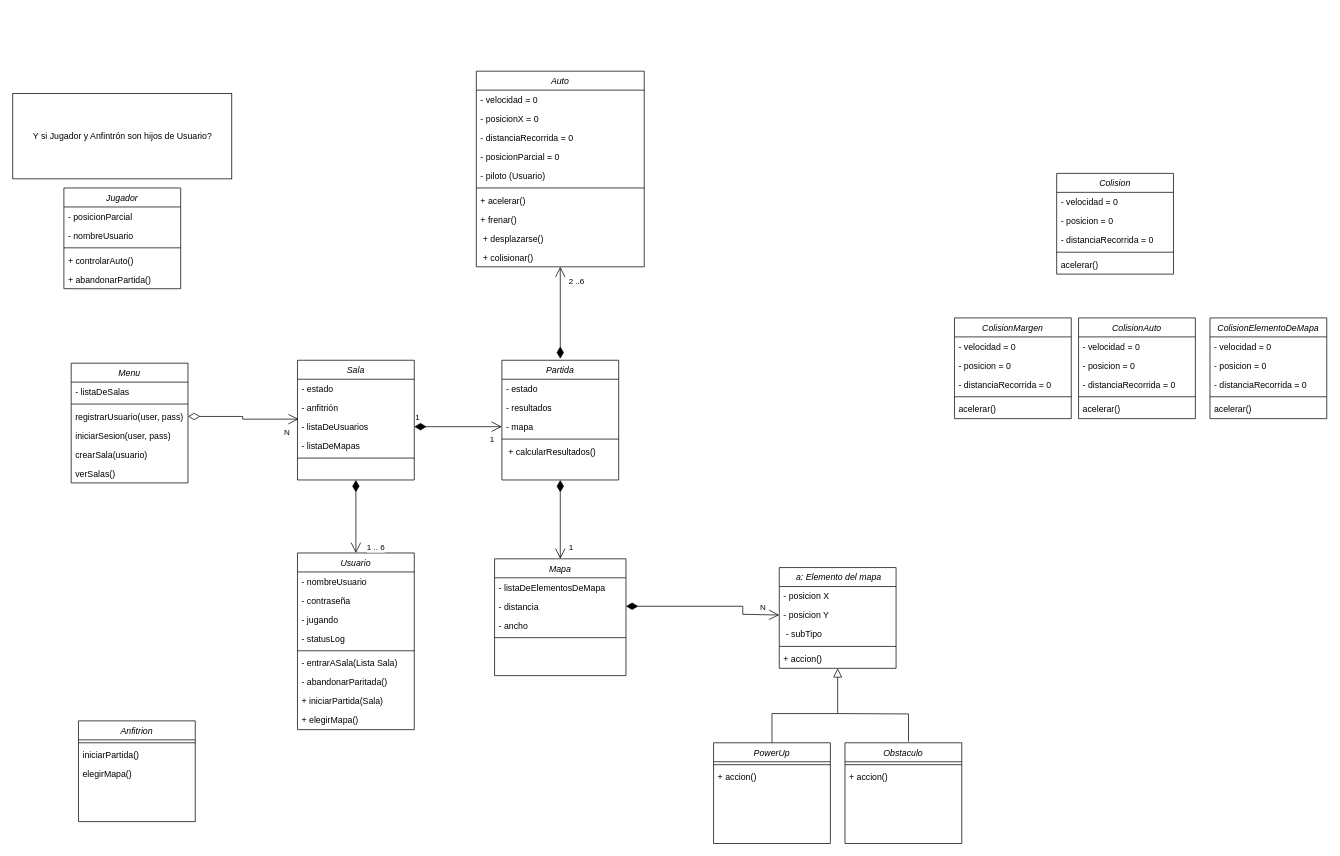
The draw.io diagram UML ROAD ROGHTER.drawio in sbonvehi/tcp-road_fighter, before the edit. Source tidied: cells renumbered, new cells numbered last; positions are measured from the earlier drawing's top-left corner, leaving out a move shared by most shapes. Both pictures are drawn from the tidied source at 73%, with x=0, y=0 at pixel (12, 71).
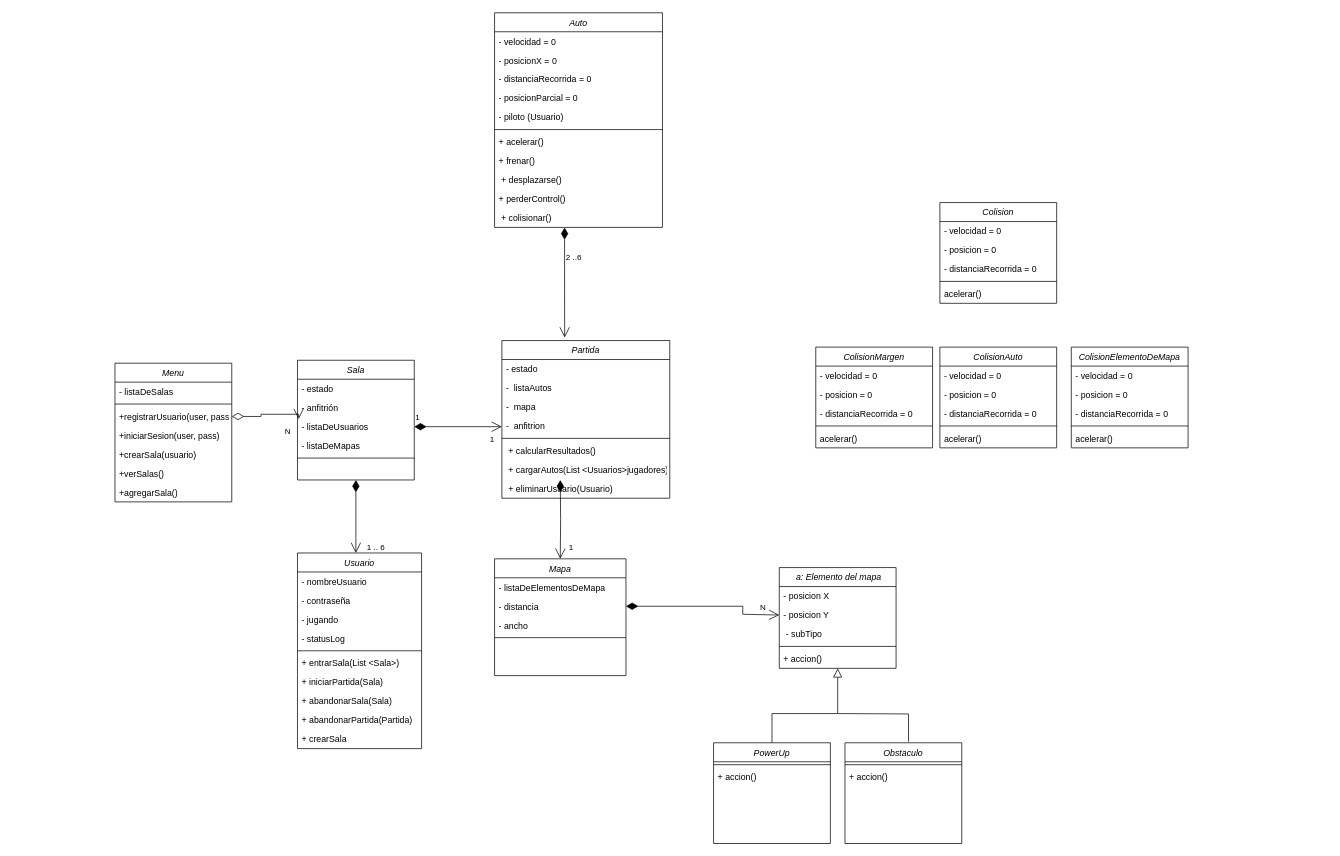
Above is the later version.

The change refers to these unchanged cells:
```xml
<mxCell id="14" value="Mapa" style="swimlane;fontStyle=2;align=center;verticalAlign=top;horizontal=1;startSize=26;rounded=0;shadow=0;strokeWidth=1;" parent="1" vertex="1">
  <mxGeometry x="660" y="668" width="180" height="160" as="geometry" />
</mxCell>
<mxCell id="16" value="- distancia" style="text;align=left;verticalAlign=top;spacingLeft=4;spacingRight=4;overflow=hidden;points=[[0,0.5],[1,0.5]];portConstraint=eastwest;rounded=0;shadow=0;html=0;" parent="14" vertex="1">
  <mxGeometry y="52" width="180" height="26" as="geometry" />
</mxCell>
<mxCell id="21" value="- posicion Y" style="text;align=left;verticalAlign=top;spacingLeft=4;spacingRight=4;overflow=hidden;points=[[0,0.5],[1,0.5]];portConstraint=eastwest;rounded=0;shadow=0;html=0;" parent="19" vertex="1">
  <mxGeometry y="52" width="160" height="26" as="geometry" />
</mxCell>
<mxCell id="25" value="Obstaculo" style="swimlane;fontStyle=2;align=center;verticalAlign=top;horizontal=1;startSize=26;rounded=0;shadow=0;strokeWidth=1;" parent="1" vertex="1">
  <mxGeometry x="1140" y="920" width="160" height="138" as="geometry" />
</mxCell>
<mxCell id="31" value="- listaDeUsuarios" style="text;align=left;verticalAlign=top;spacingLeft=4;spacingRight=4;overflow=hidden;points=[[0,0.5],[1,0.5]];portConstraint=eastwest;rounded=0;shadow=0;html=0;" parent="28" vertex="1">
  <mxGeometry y="78" width="160" height="26" as="geometry" />
</mxCell>
```

Diff of the diagram source:
```diff
@@
     <mxCell id="2" value="Auto" style="swimlane;fontStyle=2;align=center;verticalAlign=top;horizontal=1;startSize=26;rounded=0;shadow=0;strokeWidth=1;" parent="1" vertex="1">
-      <mxGeometry x="635" width="230" height="268" as="geometry" />
+      <mxGeometry x="660" y="-80" width="230" height="294" as="geometry" />
     </mxCell>
@@
+    <mxCell id="105" value="+ perderControl()" style="text;align=left;verticalAlign=top;spacingLeft=4;spacingRight=4;overflow=hidden;" parent="2" vertex="1">
+      <mxGeometry y="242" width="230" height="26" as="geometry" />
+    </mxCell>
     <mxCell id="12" value=" + colisionar()" style="text;align=left;verticalAlign=top;spacingLeft=4;spacingRight=4;overflow=hidden;points=[[0,0.5],[1,0.5]];portConstraint=eastwest;" parent="2" vertex="1">
-      <mxGeometry y="242" width="230" height="26" as="geometry" />
+      <mxGeometry y="268" width="230" height="26" as="geometry" />
     </mxCell>
@@
-    <mxCell id="34" value="Jugador" style="swimlane;fontStyle=2;align=center;verticalAlign=top;horizontal=1;startSize=26;rounded=0;shadow=0;strokeWidth=1;" parent="1" vertex="1">
-      <mxGeometry x="70" y="160" width="160" height="138" as="geometry" />
-    </mxCell>
-    <mxCell id="35" value="- posicionParcial" style="text;align=left;verticalAlign=top;spacingLeft=4;spacingRight=4;overflow=hidden;rounded=0;shadow=0;html=0;" parent="34" vertex="1">
-      <mxGeometry y="26" width="160" height="26" as="geometry" />
-    </mxCell>
-    <mxCell id="36" value="- nombreUsuario" style="text;align=left;verticalAlign=top;spacingLeft=4;spacingRight=4;overflow=hidden;rounded=0;shadow=0;html=0;" parent="34" vertex="1">
-      <mxGeometry y="52" width="160" height="26" as="geometry" />
-    </mxCell>
-    <mxCell id="37" style="line;html=1;strokeWidth=1;align=left;verticalAlign=middle;spacingTop=-1;spacingLeft=3;spacingRight=3;labelPosition=right;" parent="34" vertex="1">
-      <mxGeometry y="78" width="160" height="8" as="geometry" />
-    </mxCell>
-    <mxCell id="38" value="+ controlarAuto()" style="text;align=left;verticalAlign=top;spacingLeft=4;spacingRight=4;overflow=hidden;" parent="34" vertex="1">
-      <mxGeometry y="86" width="160" height="26" as="geometry" />
-    </mxCell>
-    <mxCell id="39" value="+ abandonarPartida()" style="text;align=left;verticalAlign=top;spacingLeft=4;spacingRight=4;overflow=hidden;" parent="34" vertex="1">
-      <mxGeometry y="112" width="160" height="26" as="geometry" />
-    </mxCell>
@@
-    <mxCell id="43" value="Partida" style="swimlane;fontStyle=2;align=center;verticalAlign=top;horizontal=1;startSize=26;rounded=0;shadow=0;strokeWidth=1;" parent="1" vertex="1">
-      <mxGeometry x="670" y="396" width="160" height="164" as="geometry" />
-    </mxCell>
-    <mxCell id="44" value="2 ..6" style="endArrow=open;html=1;endSize=12;startArrow=diamondThin;startSize=14;startFill=1;edgeStyle=orthogonalEdgeStyle;align=left;verticalAlign=bottom;rounded=0;entryX=0.5;entryY=1;entryDx=0;entryDy=0;" parent="43" edge="1" target="2">
-      <mxGeometry x="0.54" y="-10" relative="1" as="geometry">
-        <mxPoint x="80" y="-2" as="sourcePoint" />
-        <Array as="points">
-          <mxPoint x="80" y="-108" />
-        </Array>
-      </mxGeometry>
-    </mxCell>
-    <mxCell id="45" value="- estado" style="text;align=left;verticalAlign=top;spacingLeft=4;spacingRight=4;overflow=hidden;rounded=0;shadow=0;html=0;" parent="43" vertex="1">
-      <mxGeometry y="26" width="160" height="26" as="geometry" />
-    </mxCell>
-    <mxCell id="46" value="- resultados" style="text;align=left;verticalAlign=top;spacingLeft=4;spacingRight=4;overflow=hidden;rounded=0;shadow=0;html=0;" parent="43" vertex="1">
-      <mxGeometry y="52" width="160" height="26" as="geometry" />
-    </mxCell>
-    <mxCell id="47" value="- mapa" style="text;align=left;verticalAlign=top;spacingLeft=4;spacingRight=4;overflow=hidden;points=[[0,0.5],[1,0.5]];portConstraint=eastwest;rounded=0;shadow=0;html=0;" parent="43" vertex="1">
-      <mxGeometry y="78" width="160" height="26" as="geometry" />
-    </mxCell>
-    <mxCell id="48" style="line;html=1;strokeWidth=1;align=left;verticalAlign=middle;spacingTop=-1;spacingLeft=3;spacingRight=3;labelPosition=right;" parent="43" vertex="1">
-      <mxGeometry y="104" width="160" height="8" as="geometry" />
-    </mxCell>
-    <mxCell id="49" value=" + calcularResultados()" style="text;align=left;verticalAlign=top;spacingLeft=4;spacingRight=4;overflow=hidden;" parent="43" vertex="1">
-      <mxGeometry y="112" width="160" height="26" as="geometry" />
-    </mxCell>
     <mxCell id="50" value="Menu" style="swimlane;fontStyle=2;align=center;verticalAlign=top;horizontal=1;startSize=26;rounded=0;shadow=0;strokeWidth=1;" parent="1" vertex="1">
-      <mxGeometry x="80" y="400" width="160" height="164" as="geometry" />
+      <mxGeometry x="140" y="400" width="160" height="190" as="geometry" />
     </mxCell>
@@
-    <mxCell id="53" value="registrarUsuario(user, pass)&#10;" style="text;align=left;verticalAlign=top;spacingLeft=4;spacingRight=4;overflow=hidden;points=[[0,0.5],[1,0.5]];portConstraint=eastwest;" parent="50" vertex="1">
+    <mxCell id="53" value="+registrarUsuario(user, pass)&#10;" style="text;align=left;verticalAlign=top;spacingLeft=4;spacingRight=4;overflow=hidden;points=[[0,0.5],[1,0.5]];portConstraint=eastwest;" parent="50" vertex="1">
       <mxGeometry y="60" width="160" height="26" as="geometry" />
     </mxCell>
-    <mxCell id="54" value="iniciarSesion(user, pass)&#10;" style="text;align=left;verticalAlign=top;spacingLeft=4;spacingRight=4;overflow=hidden;" parent="50" vertex="1">
+    <mxCell id="54" value="+iniciarSesion(user, pass)&#10;" style="text;align=left;verticalAlign=top;spacingLeft=4;spacingRight=4;overflow=hidden;" parent="50" vertex="1">
       <mxGeometry y="86" width="160" height="26" as="geometry" />
     </mxCell>
-    <mxCell id="55" value="crearSala(usuario)" style="text;align=left;verticalAlign=top;spacingLeft=4;spacingRight=4;overflow=hidden;" parent="50" vertex="1">
+    <mxCell id="55" value="+crearSala(usuario)" style="text;align=left;verticalAlign=top;spacingLeft=4;spacingRight=4;overflow=hidden;" parent="50" vertex="1">
       <mxGeometry y="112" width="160" height="26" as="geometry" />
     </mxCell>
-    <mxCell id="56" value="verSalas()" style="text;align=left;verticalAlign=top;spacingLeft=4;spacingRight=4;overflow=hidden;" parent="50" vertex="1">
+    <mxCell id="56" value="+verSalas()" style="text;align=left;verticalAlign=top;spacingLeft=4;spacingRight=4;overflow=hidden;" parent="50" vertex="1">
       <mxGeometry y="138" width="160" height="26" as="geometry" />
     </mxCell>
+    <mxCell id="106" value="+agregarSala()&#10;" style="text;align=left;verticalAlign=top;spacingLeft=4;spacingRight=4;overflow=hidden;" parent="50" vertex="1">
+      <mxGeometry y="164" width="160" height="26" as="geometry" />
+    </mxCell>
@@
     <mxCell id="58" style="endArrow=open;html=1;endSize=12;startArrow=diamondThin;startSize=14;startFill=0;edgeStyle=orthogonalEdgeStyle;rounded=0;entryX=0.01;entryY=0.102;entryDx=0;entryDy=0;entryPerimeter=0;exitX=1;exitY=0.5;exitDx=0;exitDy=0;" parent="1" edge="1" source="53" target="31">
-      <mxGeometry x="0.07" y="-53" relative="1" as="geometry" />
+      <mxGeometry x="0.07" y="-53" relative="1" as="geometry">
+        <Array as="points">
+          <mxPoint x="340" y="473" />
+          <mxPoint x="340" y="470" />
+          <mxPoint x="392" y="470" />
+        </Array>
+      </mxGeometry>
     </mxCell>
@@
-    <mxCell id="60" value="1" style="endArrow=open;html=1;endSize=12;startArrow=diamondThin;startSize=14;startFill=1;edgeStyle=orthogonalEdgeStyle;align=left;verticalAlign=bottom;rounded=0;exitX=1;exitY=0.5;exitDx=0;exitDy=0;entryX=0;entryY=0.5;entryDx=0;entryDy=0;" parent="1" edge="1" source="31" target="47">
-      <mxGeometry x="-1" y="3" relative="1" as="geometry" />
+    <mxCell id="60" value="1" style="endArrow=open;html=1;endSize=12;startArrow=diamondThin;startSize=14;startFill=1;edgeStyle=orthogonalEdgeStyle;align=left;verticalAlign=bottom;rounded=0;exitX=1;exitY=0.5;exitDx=0;exitDy=0;entryX=0;entryY=0.5;entryDx=0;entryDy=0;" parent="1" edge="1" source="31">
+      <mxGeometry x="-1" y="3" relative="1" as="geometry">
+        <mxPoint x="670" y="487" as="targetPoint" />
+      </mxGeometry>
     </mxCell>
-    <mxCell id="61" value="1" style="endArrow=open;html=1;endSize=12;startArrow=diamondThin;startSize=14;startFill=1;edgeStyle=orthogonalEdgeStyle;align=left;verticalAlign=bottom;rounded=0;exitX=0.5;exitY=1;exitDx=0;exitDy=0;entryX=0.5;entryY=0;entryDx=0;entryDy=0;" parent="1" edge="1" source="43" target="14">
-      <mxGeometry x="0.88" y="10" relative="1" as="geometry" />
+    <mxCell id="61" value="1" style="endArrow=open;html=1;endSize=12;startArrow=diamondThin;startSize=14;startFill=1;edgeStyle=orthogonalEdgeStyle;align=left;verticalAlign=bottom;rounded=0;exitX=0.5;exitY=1;exitDx=0;exitDy=0;entryX=0.5;entryY=0;entryDx=0;entryDy=0;" parent="1" edge="1" target="14">
+      <mxGeometry x="0.88" y="10" relative="1" as="geometry">
+        <mxPoint x="750" y="560" as="sourcePoint" />
+      </mxGeometry>
     </mxCell>
     <mxCell id="62" value="Colision" style="swimlane;fontStyle=2;align=center;verticalAlign=top;horizontal=1;startSize=26;rounded=0;shadow=0;strokeWidth=1;" parent="1" vertex="1">
-      <mxGeometry x="1430" y="140" width="160" height="138" as="geometry" />
+      <mxGeometry x="1270" y="180" width="160" height="138" as="geometry" />
     </mxCell>
@@
     <mxCell id="68" value="ColisionMargen" style="swimlane;fontStyle=2;align=center;verticalAlign=top;horizontal=1;startSize=26;rounded=0;shadow=0;strokeWidth=1;" parent="1" vertex="1">
-      <mxGeometry x="1290" y="338" width="160" height="138" as="geometry" />
+      <mxGeometry x="1100" y="378" width="160" height="138" as="geometry" />
     </mxCell>
@@
     <mxCell id="74" value="ColisionAuto" style="swimlane;fontStyle=2;align=center;verticalAlign=top;horizontal=1;startSize=26;rounded=0;shadow=0;strokeWidth=1;" parent="1" vertex="1">
-      <mxGeometry x="1460" y="338" width="160" height="138" as="geometry" />
+      <mxGeometry x="1270" y="378" width="160" height="138" as="geometry" />
     </mxCell>
@@
     <mxCell id="80" value="ColisionElementoDeMapa" style="swimlane;fontStyle=2;align=center;verticalAlign=top;horizontal=1;startSize=26;rounded=0;shadow=0;strokeWidth=1;" parent="1" vertex="1">
-      <mxGeometry x="1640" y="338" width="160" height="138" as="geometry" />
+      <mxGeometry x="1450" y="378" width="160" height="138" as="geometry" />
     </mxCell>
@@
+    <mxCell id="96" style="endArrow=none;html=1;edgeStyle=orthogonalEdgeStyle;rounded=0;entryX=0.544;entryY=-0.011;entryDx=0;entryDy=0;entryPerimeter=0;" parent="1" edge="1" target="25">
+      <mxGeometry relative="1" as="geometry">
+        <mxPoint x="1130" y="880" as="sourcePoint" />
+      </mxGeometry>
+    </mxCell>
+    <mxCell id="97" value="N" style="endArrow=open;html=1;endSize=12;startArrow=diamondThin;startSize=14;startFill=1;edgeStyle=orthogonalEdgeStyle;align=left;verticalAlign=bottom;rounded=0;entryX=0;entryY=0.5;entryDx=0;entryDy=0;exitX=1;exitY=0.5;exitDx=0;exitDy=0;" parent="1" edge="1" source="16" target="21">
+      <mxGeometry x="0.63" y="-13" relative="1" as="geometry">
+        <Array as="points">
+          <mxPoint x="1000" y="733" />
+          <mxPoint x="1000" y="744" />
+        </Array>
+        <mxPoint x="13" y="-13" as="offset" />
+      </mxGeometry>
+    </mxCell>
+    <mxCell id="99" value="1" style="edgeLabel;html=1;align=right;verticalAlign=top;" parent="1" vertex="1">
+      <mxGeometry x="660" y="491.7" as="geometry" />
+    </mxCell>
+    <mxCell id="100" value="1 .. 6" style="edgeLabel;html=1;align=right;verticalAlign=top;" parent="1" vertex="1">
+      <mxGeometry x="510" y="640" as="geometry" />
+    </mxCell>
     <mxCell id="86" value="Usuario" style="swimlane;fontStyle=2;align=center;verticalAlign=top;horizontal=1;startSize=26;rounded=0;shadow=0;strokeWidth=1;" parent="1" vertex="1">
-      <mxGeometry x="390" y="660" width="160" height="242" as="geometry" />
+      <mxGeometry x="390" y="660" width="170" height="268" as="geometry" />
     </mxCell>
-    <mxCell id="87" value="- nombreUsuario" style="text;align=left;verticalAlign=top;spacingLeft=4;spacingRight=4;overflow=hidden;rounded=0;shadow=0;html=0;" parent="86" vertex="1">
-      <mxGeometry y="26" width="160" height="26" as="geometry" />
-    </mxCell>
+    <mxCell id="107" value="- nombreUsuario" style="text;align=left;verticalAlign=top;spacingLeft=4;spacingRight=4;overflow=hidden;rounded=0;shadow=0;html=0;" parent="86" vertex="1">
+      <mxGeometry y="26" width="170" height="26" as="geometry" />
+    </mxCell>
     <mxCell id="88" value="- contraseña" style="text;align=left;verticalAlign=top;spacingLeft=4;spacingRight=4;overflow=hidden;rounded=0;shadow=0;html=0;" parent="86" vertex="1">
-      <mxGeometry y="52" width="160" height="26" as="geometry" />
+      <mxGeometry y="52" width="170" height="26" as="geometry" />
     </mxCell>
     <mxCell id="89" value="- jugando" style="text;align=left;verticalAlign=top;spacingLeft=4;spacingRight=4;overflow=hidden;rounded=0;shadow=0;html=0;" parent="86" vertex="1">
-      <mxGeometry y="78" width="160" height="26" as="geometry" />
+      <mxGeometry y="78" width="170" height="26" as="geometry" />
     </mxCell>
     <mxCell id="90" value="- statusLog" style="text;align=left;verticalAlign=top;spacingLeft=4;spacingRight=4;overflow=hidden;rounded=0;shadow=0;html=0;" parent="86" vertex="1">
-      <mxGeometry y="104" width="160" height="26" as="geometry" />
+      <mxGeometry y="104" width="170" height="26" as="geometry" />
     </mxCell>
-    <mxCell id="91" style="line;html=1;strokeWidth=1;align=left;verticalAlign=middle;spacingTop=-1;spacingLeft=3;spacingRight=3;labelPosition=right;" parent="86" vertex="1">
-      <mxGeometry y="130" width="160" height="8" as="geometry" />
-    </mxCell>
-    <mxCell id="92" value="- entrarASala(Lista Sala)" style="text;align=left;verticalAlign=top;spacingLeft=4;spacingRight=4;overflow=hidden;rounded=0;shadow=0;html=0;" parent="86" vertex="1">
-      <mxGeometry y="138" width="160" height="26" as="geometry" />
-    </mxCell>
-    <mxCell id="93" value="- abandonarParitada()" style="text;align=left;verticalAlign=top;spacingLeft=4;spacingRight=4;overflow=hidden;rounded=0;shadow=0;html=0;" parent="86" vertex="1">
-      <mxGeometry y="164" width="160" height="26" as="geometry" />
-    </mxCell>
+    <mxCell id="108" style="line;html=1;strokeWidth=1;align=left;verticalAlign=middle;spacingTop=-1;spacingLeft=3;spacingRight=3;labelPosition=right;" parent="86" vertex="1">
+      <mxGeometry y="130" width="170" height="8" as="geometry" />
+    </mxCell>
+    <mxCell id="109" value="+ entrarSala(List &lt;Sala&gt;)" style="text;align=left;verticalAlign=top;spacingLeft=4;spacingRight=4;overflow=hidden;rounded=0;shadow=0;html=0;" parent="86" vertex="1">
+      <mxGeometry y="138" width="170" height="26" as="geometry" />
+    </mxCell>
-    <mxCell id="94" value="+ iniciarPartida(Sala)" style="text;align=left;verticalAlign=top;spacingLeft=4;spacingRight=4;overflow=hidden;" parent="86" vertex="1">
-      <mxGeometry y="190" width="160" height="26" as="geometry" />
+    <mxCell id="94" value="+ iniciarPartida(Sala)" style="text;align=left;verticalAlign=top;spacingLeft=4;spacingRight=4;overflow=hidden;rounded=0;shadow=0;html=0;" parent="86" vertex="1">
+      <mxGeometry y="164" width="170" height="26" as="geometry" />
     </mxCell>
-    <mxCell id="95" value="+ elegirMapa()" style="text;align=left;verticalAlign=top;spacingLeft=4;spacingRight=4;overflow=hidden;" parent="86" vertex="1">
-      <mxGeometry y="216" width="160" height="26" as="geometry" />
-    </mxCell>
-    <mxCell id="96" style="endArrow=none;html=1;edgeStyle=orthogonalEdgeStyle;rounded=0;entryX=0.544;entryY=-0.011;entryDx=0;entryDy=0;entryPerimeter=0;" parent="1" edge="1" target="25">
-      <mxGeometry relative="1" as="geometry">
-        <mxPoint x="1130" y="880" as="sourcePoint" />
-      </mxGeometry>
-    </mxCell>
-    <mxCell id="97" value="N" style="endArrow=open;html=1;endSize=12;startArrow=diamondThin;startSize=14;startFill=1;edgeStyle=orthogonalEdgeStyle;align=left;verticalAlign=bottom;rounded=0;entryX=0;entryY=0.5;entryDx=0;entryDy=0;exitX=1;exitY=0.5;exitDx=0;exitDy=0;" parent="1" edge="1" source="16" target="21">
-      <mxGeometry x="0.63" y="-13" relative="1" as="geometry">
-        <Array as="points">
-          <mxPoint x="1000" y="733" />
-          <mxPoint x="1000" y="744" />
-        </Array>
-        <mxPoint x="13" y="-13" as="offset" />
-      </mxGeometry>
-    </mxCell>
-    <mxCell id="98" value="Y si Jugador y Anfintrón son hijos de Usuario?" style="html=1;" parent="1" vertex="1">
-      <mxGeometry y="30.5" width="300" height="117" as="geometry" />
-    </mxCell>
-    <mxCell id="99" value="1" style="edgeLabel;html=1;align=right;verticalAlign=top;" parent="1" vertex="1">
-      <mxGeometry x="660" y="491.7" as="geometry" />
-    </mxCell>
-    <mxCell id="100" value="1 .. 6" style="edgeLabel;html=1;align=right;verticalAlign=top;" parent="1" vertex="1">
-      <mxGeometry x="510" y="640" as="geometry" />
-    </mxCell>
-    <mxCell id="101" value="Anfitrion" style="swimlane;fontStyle=2;align=center;verticalAlign=top;horizontal=1;startSize=26;rounded=0;shadow=0;strokeWidth=1;" parent="1" vertex="1">
-      <mxGeometry x="90" y="890" width="160" height="138" as="geometry" />
-    </mxCell>
-    <mxCell id="102" style="line;html=1;strokeWidth=1;align=left;verticalAlign=middle;spacingTop=-1;spacingLeft=3;spacingRight=3;labelPosition=right;" parent="101" vertex="1">
-      <mxGeometry y="26" width="160" height="8" as="geometry" />
-    </mxCell>
-    <mxCell id="103" value="iniciarPartida()" style="text;align=left;verticalAlign=top;spacingLeft=4;spacingRight=4;overflow=hidden;" parent="101" vertex="1">
-      <mxGeometry y="34" width="160" height="26" as="geometry" />
-    </mxCell>
-    <mxCell id="104" value="elegirMapa()" style="text;align=left;verticalAlign=top;spacingLeft=4;spacingRight=4;overflow=hidden;" parent="101" vertex="1">
-      <mxGeometry y="60" width="160" height="26" as="geometry" />
-    </mxCell>
+    <mxCell id="110" value="+ abandonarSala(Sala)" style="text;align=left;verticalAlign=top;spacingLeft=4;spacingRight=4;overflow=hidden;rounded=0;shadow=0;html=0;" parent="86" vertex="1">
+      <mxGeometry y="190" width="170" height="26" as="geometry" />
+    </mxCell>
+    <mxCell id="111" value="+ abandonarPartida(Partida)" style="text;align=left;verticalAlign=top;spacingLeft=4;spacingRight=4;overflow=hidden;rounded=0;shadow=0;html=0;" parent="86" vertex="1">
+      <mxGeometry y="216" width="170" height="26" as="geometry" />
+    </mxCell>
+    <mxCell id="112" value="+ crearSala" style="text;align=left;verticalAlign=top;spacingLeft=4;spacingRight=4;overflow=hidden;rounded=0;shadow=0;html=0;" parent="86" vertex="1">
+      <mxGeometry y="242" width="170" height="26" as="geometry" />
+    </mxCell>
+    <mxCell id="43" value="Partida" style="swimlane;fontStyle=2;align=center;verticalAlign=top;horizontal=1;startSize=26;rounded=0;shadow=0;strokeWidth=1;" parent="1" vertex="1">
+      <mxGeometry x="670" y="369" width="230" height="216" as="geometry" />
+    </mxCell>
+    <mxCell id="45" value="- estado" style="text;align=left;verticalAlign=top;spacingLeft=4;spacingRight=4;overflow=hidden;rounded=0;shadow=0;html=0;" parent="43" vertex="1">
+      <mxGeometry y="26" width="230" height="26" as="geometry" />
+    </mxCell>
+    <mxCell id="113" value="-  listaAutos" style="text;align=left;verticalAlign=top;spacingLeft=4;spacingRight=4;overflow=hidden;rounded=0;shadow=0;html=0;" parent="43" vertex="1">
+      <mxGeometry y="52" width="230" height="26" as="geometry" />
+    </mxCell>
+    <mxCell id="47" value="-  mapa" style="text;align=left;verticalAlign=top;spacingLeft=4;spacingRight=4;overflow=hidden;points=[[0,0.5],[1,0.5]];portConstraint=eastwest;rounded=0;shadow=0;html=0;" parent="43" vertex="1">
+      <mxGeometry y="78" width="230" height="26" as="geometry" />
+    </mxCell>
+    <mxCell id="114" value="-  anfitrion" style="text;align=left;verticalAlign=top;spacingLeft=4;spacingRight=4;overflow=hidden;rounded=0;shadow=0;html=0;" parent="43" vertex="1">
+      <mxGeometry y="104" width="230" height="26" as="geometry" />
+    </mxCell>
+    <mxCell id="115" style="line;html=1;strokeWidth=1;align=left;verticalAlign=middle;spacingTop=-1;spacingLeft=3;spacingRight=3;labelPosition=right;" parent="43" vertex="1">
+      <mxGeometry y="130" width="230" height="8" as="geometry" />
+    </mxCell>
+    <mxCell id="49" value=" + calcularResultados()" style="text;align=left;verticalAlign=top;spacingLeft=4;spacingRight=4;overflow=hidden;" parent="43" vertex="1">
+      <mxGeometry y="138" width="230" height="26" as="geometry" />
+    </mxCell>
+    <mxCell id="116" value=" + cargarAutos(List &lt;Usuarios&gt;jugadores)" style="text;align=left;verticalAlign=top;spacingLeft=4;spacingRight=4;overflow=hidden;" parent="43" vertex="1">
+      <mxGeometry y="164" width="230" height="26" as="geometry" />
+    </mxCell>
+    <mxCell id="117" value=" + eliminarUsuario(Usuario)" style="text;align=left;verticalAlign=top;spacingLeft=4;spacingRight=4;overflow=hidden;" parent="43" vertex="1">
+      <mxGeometry y="190" width="230" height="26" as="geometry" />
+    </mxCell>
+    <mxCell id="44" value="2 ..6" style="endArrow=open;html=1;endSize=12;startArrow=diamondThin;startSize=14;startFill=1;edgeStyle=orthogonalEdgeStyle;align=left;verticalAlign=bottom;rounded=0;entryX=0.374;entryY=-0.019;entryDx=0;entryDy=0;entryPerimeter=0;exitX=0.417;exitY=1.003;exitDx=0;exitDy=0;exitPerimeter=0;" parent="1" edge="1" source="12" target="43">
+      <mxGeometry x="-1" y="-50" relative="1" as="geometry">
+        <Array as="points">
+          <mxPoint x="756" y="270" />
+          <mxPoint x="756" y="270" />
+        </Array>
+        <mxPoint x="50" y="50" as="offset" />
+      </mxGeometry>
+    </mxCell>
```
